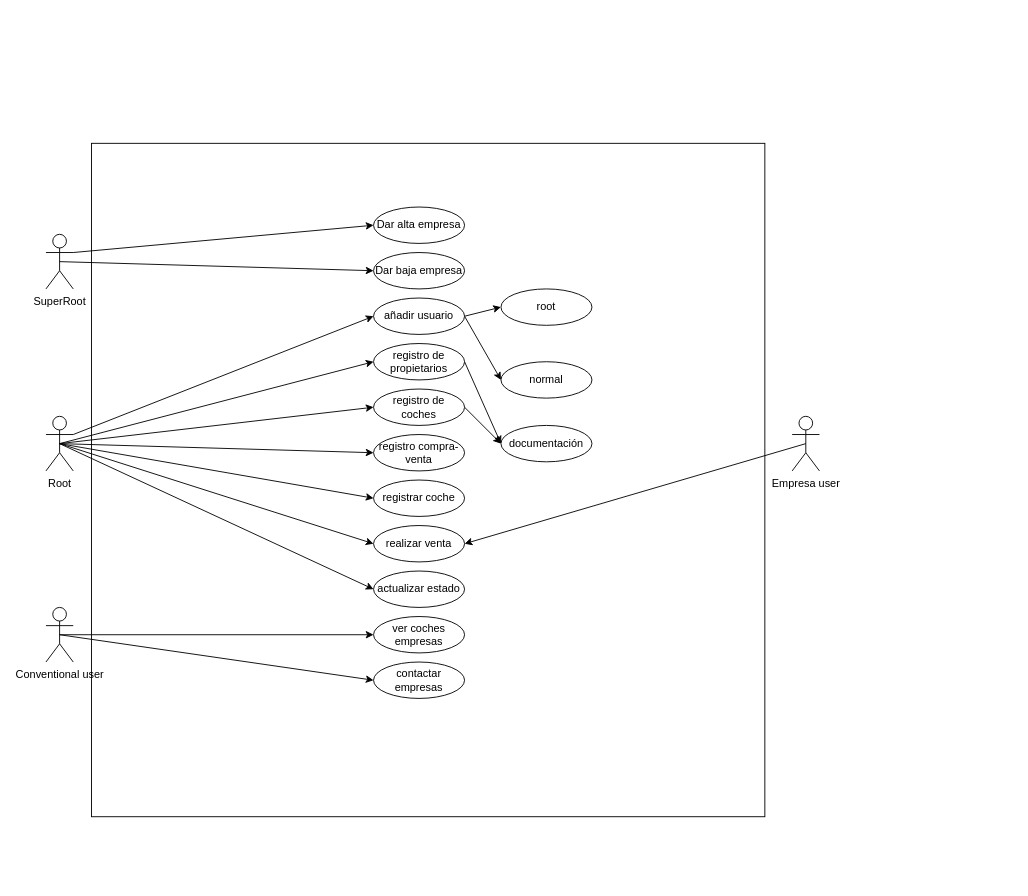
Before: DOCS/Diagramas/Casos de uso.drawio in nachete905/Gestor-documental, a draw.io diagram. Source tidied: cells renumbered, new cells numbered last; positions are measured from the earlier drawing's top-left corner, leaving out a move shared by most shapes. Both pictures are drawn from the tidied source at 91%, with x=0, y=0 at pixel (46, 143).
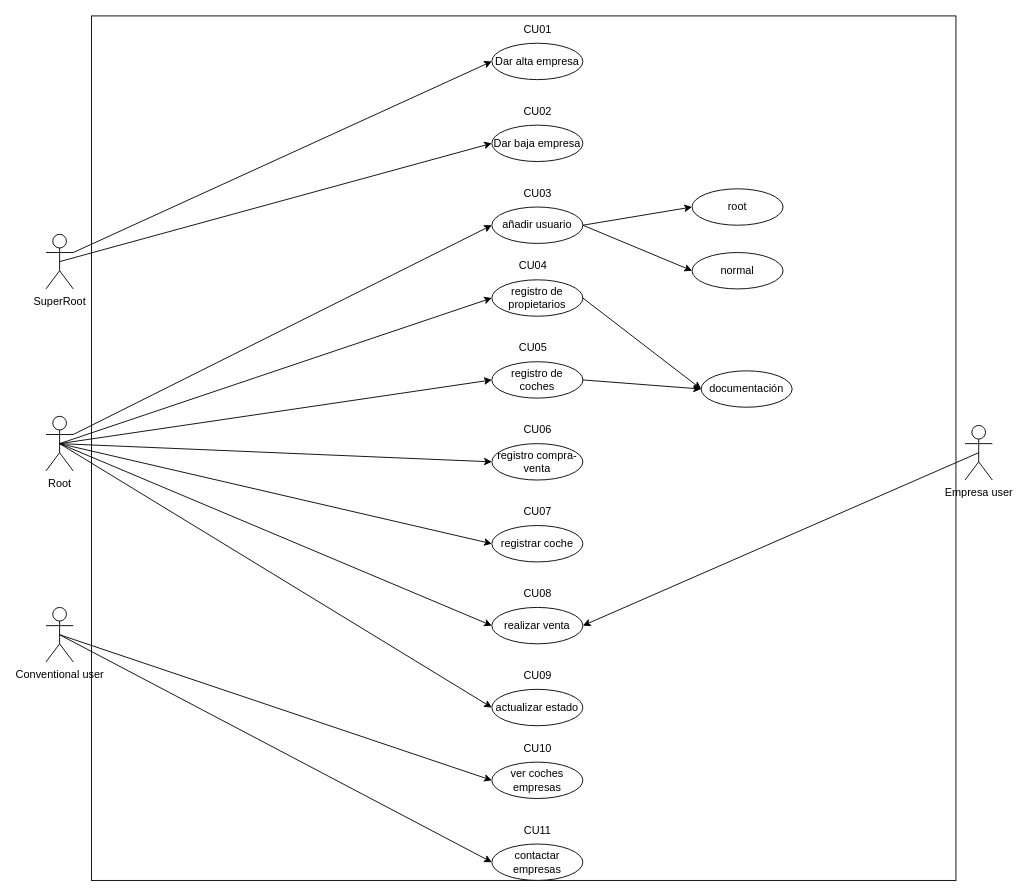
The same page after the edit.

The edit, as a diff of the source:
```diff
@@
     <mxCell id="2" style="whiteSpace=wrap;html=1;" parent="1" vertex="1">
-      <mxGeometry x="50" width="740" height="740" as="geometry" />
+      <mxGeometry x="50" y="-140" width="950" height="950" as="geometry" />
     </mxCell>
@@
     <mxCell id="15" value="Empresa user" style="shape=umlActor;verticalLabelPosition=bottom;verticalAlign=top;html=1;outlineConnect=0;" parent="1" vertex="1">
-      <mxGeometry x="820" y="300" width="30" height="60" as="geometry" />
+      <mxGeometry x="1010" y="310" width="30" height="60" as="geometry" />
     </mxCell>
@@
     <mxCell id="19" value="Dar alta empresa" style="ellipse;whiteSpace=wrap;html=1;align=center;" parent="1" vertex="1">
-      <mxGeometry x="360" y="70" width="100" height="40" as="geometry" />
+      <mxGeometry x="490" y="-110" width="100" height="40" as="geometry" />
     </mxCell>
     <mxCell id="20" value="Dar baja empresa" style="ellipse;whiteSpace=wrap;html=1;align=center;" parent="1" vertex="1">
-      <mxGeometry x="360" y="120" width="100" height="40" as="geometry" />
+      <mxGeometry x="490" y="-20" width="100" height="40" as="geometry" />
     </mxCell>
@@
     <mxCell id="23" value="añadir usuario" style="ellipse;whiteSpace=wrap;html=1;align=center;" parent="1" vertex="1">
-      <mxGeometry x="360" y="170" width="100" height="40" as="geometry" />
+      <mxGeometry x="490" y="70" width="100" height="40" as="geometry" />
     </mxCell>
     <mxCell id="24" value="root" style="ellipse;whiteSpace=wrap;html=1;align=center;" parent="1" vertex="1">
-      <mxGeometry x="500" y="160" width="100" height="40" as="geometry" />
+      <mxGeometry x="710" y="50" width="100" height="40" as="geometry" />
     </mxCell>
     <mxCell id="25" value="normal" style="ellipse;whiteSpace=wrap;html=1;align=center;" parent="1" vertex="1">
-      <mxGeometry x="500" y="240" width="100" height="40" as="geometry" />
+      <mxGeometry x="710" y="120" width="100" height="40" as="geometry" />
     </mxCell>
@@
     <mxCell id="27" value="registro de propietarios" style="ellipse;whiteSpace=wrap;html=1;align=center;" parent="1" vertex="1">
-      <mxGeometry x="360" y="220" width="100" height="40" as="geometry" />
+      <mxGeometry x="490" y="150" width="100" height="40" as="geometry" />
     </mxCell>
     <mxCell id="28" value="documentación" style="ellipse;whiteSpace=wrap;html=1;align=center;" parent="1" vertex="1">
-      <mxGeometry x="500" y="310" width="100" height="40" as="geometry" />
+      <mxGeometry x="720" y="250" width="100" height="40" as="geometry" />
     </mxCell>
@@
     <mxCell id="30" value="registro de coches" style="ellipse;whiteSpace=wrap;html=1;align=center;" parent="1" vertex="1">
-      <mxGeometry x="360" y="270" width="100" height="40" as="geometry" />
+      <mxGeometry x="490" y="240" width="100" height="40" as="geometry" />
     </mxCell>
     <mxCell id="31" value="registro compra-venta" style="ellipse;whiteSpace=wrap;html=1;align=center;" parent="1" vertex="1">
-      <mxGeometry x="360" y="320" width="100" height="40" as="geometry" />
+      <mxGeometry x="490" y="330" width="100" height="40" as="geometry" />
     </mxCell>
     <mxCell id="32" value="registrar coche" style="ellipse;whiteSpace=wrap;html=1;align=center;" parent="1" vertex="1">
-      <mxGeometry x="360" y="370" width="100" height="40" as="geometry" />
+      <mxGeometry x="490" y="420" width="100" height="40" as="geometry" />
     </mxCell>
     <mxCell id="33" value="realizar venta" style="ellipse;whiteSpace=wrap;html=1;align=center;" parent="1" vertex="1">
-      <mxGeometry x="360" y="420" width="100" height="40" as="geometry" />
+      <mxGeometry x="490" y="510" width="100" height="40" as="geometry" />
     </mxCell>
     <mxCell id="34" value="actualizar estado" style="ellipse;whiteSpace=wrap;html=1;align=center;" parent="1" vertex="1">
-      <mxGeometry x="360" y="470" width="100" height="40" as="geometry" />
+      <mxGeometry x="490" y="600" width="100" height="40" as="geometry" />
     </mxCell>
     <mxCell id="35" value="ver coches empresas" style="ellipse;whiteSpace=wrap;html=1;align=center;" parent="1" vertex="1">
-      <mxGeometry x="360" y="520" width="100" height="40" as="geometry" />
+      <mxGeometry x="490" y="680" width="100" height="40" as="geometry" />
     </mxCell>
     <mxCell id="36" value="contactar empresas" style="ellipse;whiteSpace=wrap;html=1;align=center;" parent="1" vertex="1">
-      <mxGeometry x="360" y="570" width="100" height="40" as="geometry" />
+      <mxGeometry x="490" y="770" width="100" height="40" as="geometry" />
     </mxCell>
+    <mxCell id="37" value="CU03" style="text;html=1;align=center;verticalAlign=middle;strokeColor=none;fillColor=none;" parent="1" vertex="1">
+      <mxGeometry x="515" y="40" width="50" height="30" as="geometry" />
+    </mxCell>
+    <mxCell id="38" value="CU02" style="text;html=1;align=center;verticalAlign=middle;strokeColor=none;fillColor=none;" parent="1" vertex="1">
+      <mxGeometry x="515" y="-50" width="50" height="30" as="geometry" />
+    </mxCell>
+    <mxCell id="39" value="CU01" style="text;html=1;align=center;verticalAlign=middle;strokeColor=none;fillColor=none;" parent="1" vertex="1">
+      <mxGeometry x="515" y="-140" width="50" height="30" as="geometry" />
+    </mxCell>
+    <mxCell id="40" value="CU05" style="text;html=1;align=center;verticalAlign=middle;strokeColor=none;fillColor=none;" parent="1" vertex="1">
+      <mxGeometry x="510" y="210" width="50" height="30" as="geometry" />
+    </mxCell>
+    <mxCell id="41" value="CU04" style="text;html=1;align=center;verticalAlign=middle;strokeColor=none;fillColor=none;" parent="1" vertex="1">
+      <mxGeometry x="510" y="120" width="50" height="30" as="geometry" />
+    </mxCell>
+    <mxCell id="42" value="CU11" style="text;html=1;align=center;verticalAlign=middle;strokeColor=none;fillColor=none;" parent="1" vertex="1">
+      <mxGeometry x="515" y="740" width="50" height="30" as="geometry" />
+    </mxCell>
+    <mxCell id="43" value="CU10" style="text;html=1;align=center;verticalAlign=middle;strokeColor=none;fillColor=none;" parent="1" vertex="1">
+      <mxGeometry x="515" y="650" width="50" height="30" as="geometry" />
+    </mxCell>
+    <mxCell id="44" value="CU09" style="text;html=1;align=center;verticalAlign=middle;strokeColor=none;fillColor=none;" parent="1" vertex="1">
+      <mxGeometry x="515" y="570" width="50" height="30" as="geometry" />
+    </mxCell>
+    <mxCell id="45" value="CU08" style="text;html=1;align=center;verticalAlign=middle;strokeColor=none;fillColor=none;" parent="1" vertex="1">
+      <mxGeometry x="515" y="480" width="50" height="30" as="geometry" />
+    </mxCell>
+    <mxCell id="46" value="CU07" style="text;html=1;align=center;verticalAlign=middle;strokeColor=none;fillColor=none;" parent="1" vertex="1">
+      <mxGeometry x="515" y="390" width="50" height="30" as="geometry" />
+    </mxCell>
+    <mxCell id="47" value="CU06" style="text;html=1;align=center;verticalAlign=middle;strokeColor=none;fillColor=none;" parent="1" vertex="1">
+      <mxGeometry x="515" y="300" width="50" height="30" as="geometry" />
+    </mxCell>
```
